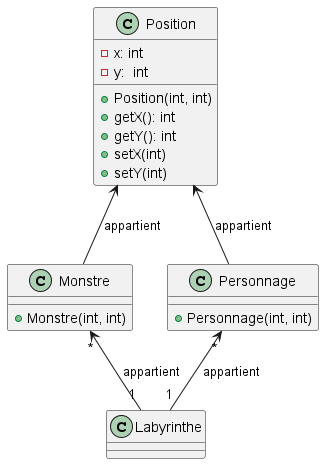
Earlier version of the PlantUML export zeldiablo/documents/version_1/diagclass_monstreImmobile.png (Erwanquilliou/2024_Zeldiablo_quilliou2u_leveque58u). Source of this version:
```plantuml
@startuml

class Position{
- x: int
- y:  int
+ Position(int, int)
+ getX(): int
+ getY(): int
+ setX(int)
+ setY(int)
}

Position <-- Monstre : appartient

class Monstre{
+ Monstre(int, int)
}

Position <-- Personnage : appartient

class Personnage{
+ Personnage(int, int)
}

Monstre "*" <-- "1" Labyrinthe : appartient
Personnage "*" <-- "1" Labyrinthe : appartient

class Labyrinthe{
}




@enduml
```
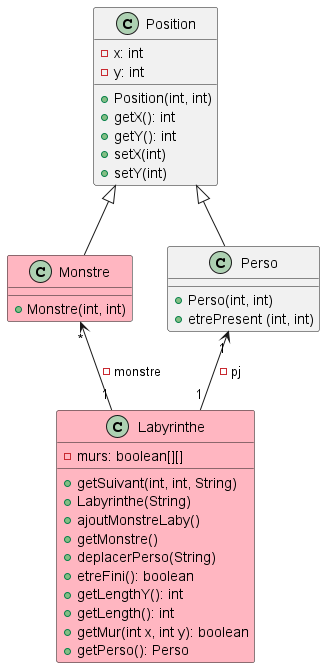
The same diagram one commit later.

Change to the diagram source:
```diff
@@ -2,7 +2,7 @@
 
 class Position{
 - x: int
-- y:  int
+- y: int
 + Position(int, int)
 + getX(): int
 + getY(): int
@@ -10,22 +10,35 @@
 + setY(int)
 }
 
-Position <-- Monstre : appartient
+Position <|-- Monstre
 
-class Monstre{
+class Monstre #FFB6C1{
 + Monstre(int, int)
+
 }
 
-Position <-- Personnage : appartient
+Position <|-- Perso
 
-class Personnage{
-+ Personnage(int, int)
+class Perso{
++ Perso(int, int)
++ etrePresent (int, int)
 }
 
-Monstre "*" <-- "1" Labyrinthe : appartient
-Personnage "*" <-- "1" Labyrinthe : appartient
+Monstre "*" <-- "1" Labyrinthe : -monstre
+Perso "1" <-- "1" Labyrinthe : - pj
 
-class Labyrinthe{
+class Labyrinthe #FFB6C1{
+- murs: boolean[][]
++ getSuivant(int, int, String)
++ Labyrinthe(String)
++ ajoutMonstreLaby()
++ getMonstre()
++ deplacerPerso(String)
++ etreFini(): boolean
++ getLengthY(): int
++ getLength(): int
++ getMur(int x, int y): boolean
++ getPerso(): Perso
 }
 
 
```
